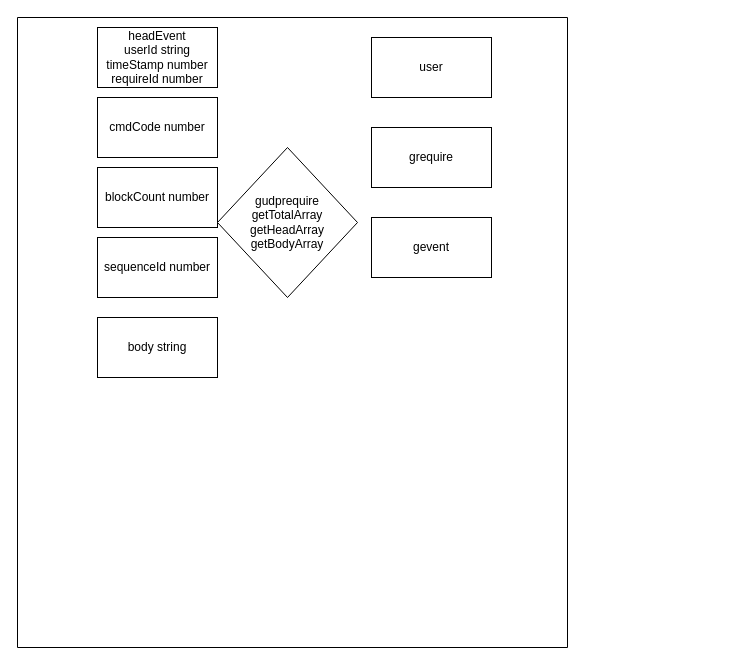
605682883/flowPhoto keeps this draw.io diagram as Untitled Diagram.drawio. Above is the earlier version. Source tidied: cells renumbered, new cells numbered last; positions are measured from the earlier drawing's top-left corner, leaving out a move shared by most shapes. Both pictures are drawn from the tidied source at 100%, with x=0, y=0 at pixel (17, 17).
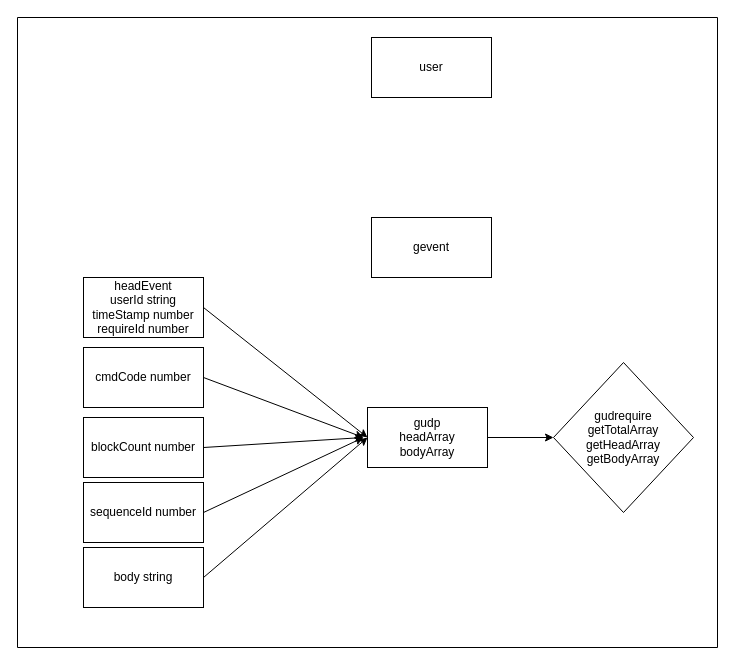
The same diagram, later.

What changed in the source:
```diff
@@
 <mxGraphModel>
   <root>
     <mxCell id="0" />
     <mxCell id="1" parent="0" />
     <mxCell id="2" style="swimlane;startSize=0;" parent="1" vertex="1">
-      <mxGeometry width="550" height="630" as="geometry" />
+      <mxGeometry width="700" height="630" as="geometry" />
     </mxCell>
     <mxCell id="3" value="headEvent&lt;br&gt;userId string&lt;br&gt;timeStamp number&lt;br&gt;requireId number" style="rounded=0;whiteSpace=wrap;html=1;" parent="2" vertex="1">
-      <mxGeometry x="80" y="10" width="120" height="60" as="geometry" />
+      <mxGeometry x="66" y="260" width="120" height="60" as="geometry" />
     </mxCell>
     <mxCell id="4" value="cmdCode number" style="rounded=0;whiteSpace=wrap;html=1;" parent="2" vertex="1">
-      <mxGeometry x="80" y="80" width="120" height="60" as="geometry" />
+      <mxGeometry x="66" y="330" width="120" height="60" as="geometry" />
     </mxCell>
     <mxCell id="5" value="blockCount number" style="rounded=0;whiteSpace=wrap;html=1;" parent="2" vertex="1">
-      <mxGeometry x="80" y="150" width="120" height="60" as="geometry" />
+      <mxGeometry x="66" y="400" width="120" height="60" as="geometry" />
     </mxCell>
     <mxCell id="6" value="sequenceId number" style="rounded=0;whiteSpace=wrap;html=1;" parent="2" vertex="1">
-      <mxGeometry x="80" y="220" width="120" height="60" as="geometry" />
+      <mxGeometry x="66" y="465" width="120" height="60" as="geometry" />
     </mxCell>
     <mxCell id="7" value="body string" style="rounded=0;whiteSpace=wrap;html=1;" parent="2" vertex="1">
-      <mxGeometry x="80" y="300" width="120" height="60" as="geometry" />
+      <mxGeometry x="66" y="530" width="120" height="60" as="geometry" />
     </mxCell>
-    <mxCell id="8" value="gudprequire&lt;br&gt;getTotalArray&lt;br&gt;getHeadArray&lt;br&gt;getBodyArray" style="rhombus;whiteSpace=wrap;html=1;" parent="2" vertex="1">
-      <mxGeometry x="200" y="130" width="140" height="150" as="geometry" />
+    <mxCell id="8" value="gudrequire&lt;br&gt;getTotalArray&lt;br&gt;getHeadArray&lt;br&gt;getBodyArray" style="rhombus;whiteSpace=wrap;html=1;" parent="2" vertex="1">
+      <mxGeometry x="536" y="345" width="140" height="150" as="geometry" />
     </mxCell>
     <mxCell id="9" value="user" style="rounded=0;whiteSpace=wrap;html=1;" parent="2" vertex="1">
       <mxGeometry x="354" y="20" width="120" height="60" as="geometry" />
     </mxCell>
-    <mxCell id="10" value="grequire" style="rounded=0;whiteSpace=wrap;html=1;" parent="2" vertex="1">
-      <mxGeometry x="354" y="110" width="120" height="60" as="geometry" />
+    <mxCell id="10" value="gudp&lt;br&gt;headArray&lt;br&gt;bodyArray" style="rounded=0;whiteSpace=wrap;html=1;" parent="2" vertex="1">
+      <mxGeometry x="350" y="390" width="120" height="60" as="geometry" />
     </mxCell>
     <mxCell id="11" value="gevent" style="rounded=0;whiteSpace=wrap;html=1;" parent="2" vertex="1">
       <mxGeometry x="354" y="200" width="120" height="60" as="geometry" />
     </mxCell>
+    <mxCell id="12" style="endArrow=classic;html=1;rounded=0;exitX=1;exitY=0.5;exitDx=0;exitDy=0;entryX=0;entryY=0.5;entryDx=0;entryDy=0;" parent="2" edge="1" source="10" target="8">
+      <mxGeometry relative="1" as="geometry" />
+    </mxCell>
+    <mxCell id="13" style="endArrow=classic;html=1;rounded=0;exitX=1;exitY=0.5;exitDx=0;exitDy=0;entryX=0;entryY=0.5;entryDx=0;entryDy=0;" parent="2" edge="1" source="3" target="10">
+      <mxGeometry relative="1" as="geometry" />
+    </mxCell>
+    <mxCell id="14" style="endArrow=classic;html=1;rounded=0;exitX=1;exitY=0.5;exitDx=0;exitDy=0;entryX=0;entryY=0.5;entryDx=0;entryDy=0;" parent="2" edge="1" source="7" target="10">
+      <mxGeometry relative="1" as="geometry" />
+    </mxCell>
+    <mxCell id="15" style="endArrow=classic;html=1;rounded=0;exitX=1;exitY=0.5;exitDx=0;exitDy=0;" parent="1" edge="1" source="4">
+      <mxGeometry relative="1" as="geometry">
+        <mxPoint x="346" y="420" as="targetPoint" />
+      </mxGeometry>
+    </mxCell>
+    <mxCell id="16" style="endArrow=classic;html=1;rounded=0;exitX=1;exitY=0.5;exitDx=0;exitDy=0;" parent="1" edge="1" source="5">
+      <mxGeometry relative="1" as="geometry">
+        <mxPoint x="346" y="420" as="targetPoint" />
+      </mxGeometry>
+    </mxCell>
+    <mxCell id="17" style="endArrow=classic;html=1;rounded=0;exitX=1;exitY=0.5;exitDx=0;exitDy=0;" parent="1" edge="1" source="6">
+      <mxGeometry relative="1" as="geometry">
+        <mxPoint x="346" y="420" as="targetPoint" />
+      </mxGeometry>
+    </mxCell>
   </root>
 </mxGraphModel>
```
